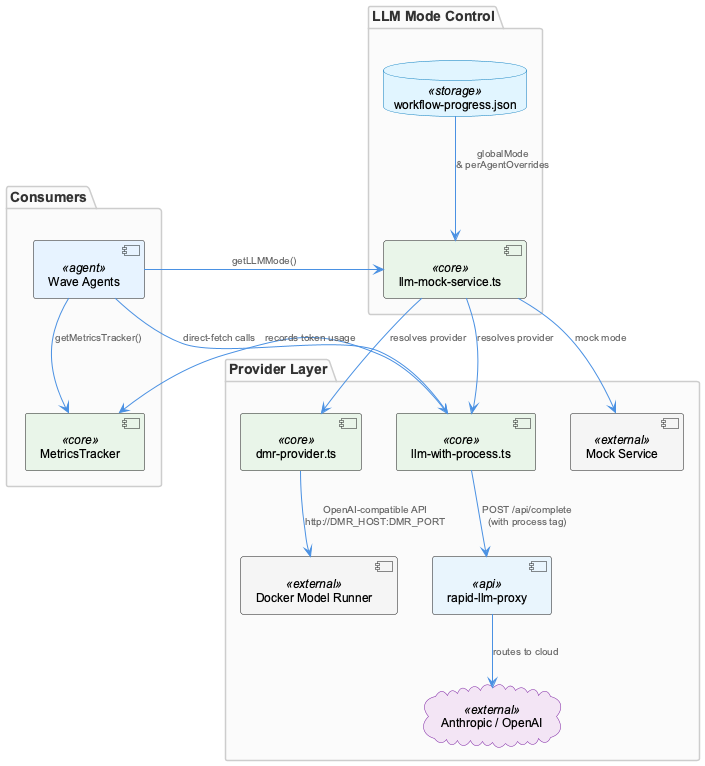
Before: knowledge-management/insights/images/llmabstraction-architecture.png, a diagram exported from PlantUML (fwornle/coding).
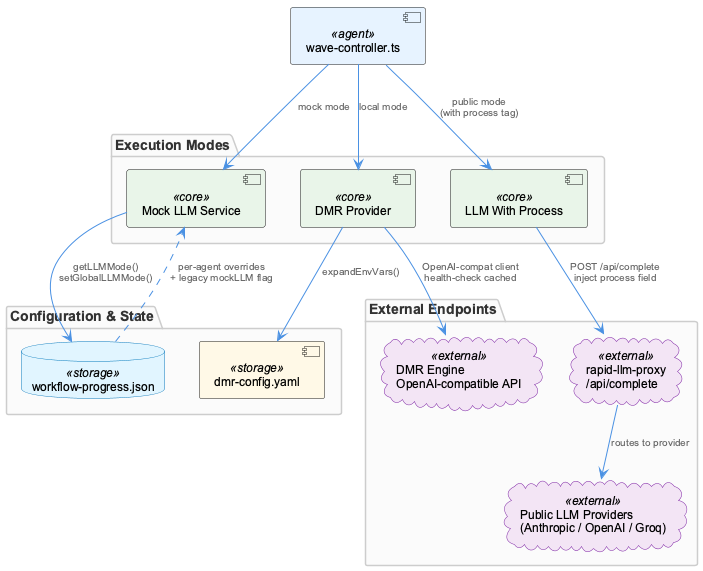
The same file after the commit.

What changed in the source:
```diff
@@ -1,37 +1,36 @@
 @startuml
 !include /Users/Q284340/Agentic/coding/docs/puml/_standard-style.puml
 
-package "LLM Mode Control" {
-  component "llm-mock-service.ts" as mockSvc <<core>>
-  database "workflow-progress.json" as wpJson <<storage>>
+package "Execution Modes" {
+  component "Mock LLM Service" as mock <<core>>
+  component "DMR Provider" as dmr <<core>>
+  component "LLM With Process" as lwp <<core>>
 }
 
-package "Provider Layer" {
-  component "dmr-provider.ts" as dmrProv <<core>>
-  component "llm-with-process.ts" as llmProc <<core>>
-  cloud "Anthropic / OpenAI" as publicCloud <<external>>
-  component "Docker Model Runner" as dmr <<external>>
-  component "rapid-llm-proxy" as proxy <<api>>
-  component "Mock Service" as mock <<external>>
+package "Configuration & State" {
+  database "workflow-progress.json" as wpj <<storage>>
+  component "dmr-config.yaml" as dmrcfg <<storage>>
 }
 
-package "Consumers" {
-  component "Wave Agents" as agents <<agent>>
-  component "MetricsTracker" as metrics <<core>>
+package "External Endpoints" {
+  cloud "rapid-llm-proxy\n/api/complete" as proxy <<external>>
+  cloud "DMR Engine\nOpenAI-compatible API" as dmrengine <<external>>
+  cloud "Public LLM Providers\n(Anthropic / OpenAI / Groq)" as publlm <<external>>
 }
 
-wpJson --> mockSvc : "globalMode\n& perAgentOverrides"
-mockSvc --> llmProc : "resolves provider"
-mockSvc --> dmrProv : "resolves provider"
-mockSvc --> mock : "mock mode"
+component "wave-controller.ts" as wc <<agent>>
 
-llmProc --> proxy : "POST /api/complete\n(with process tag)"
-llmProc --> metrics : "records token usage"
-dmrProv --> dmr : "OpenAI-compatible API\nhttp://DMR_HOST:DMR_PORT"
-proxy --> publicCloud : "routes to cloud"
+wc --> mock : "mock mode"
+wc --> dmr : "local mode"
+wc --> lwp : "public mode\n(with process tag)"
 
-agents --> mockSvc : "getLLMMode()"
-agents --> llmProc : "direct-fetch calls"
-agents --> metrics : "getMetricsTracker()"
+mock --> wpj : "getLLMMode()\nsetGlobalLLMMode()"
+dmr --> dmrcfg : "expandEnvVars()"
+dmr --> dmrengine : "OpenAI-compat client\nhealth-check cached"
+
+lwp --> proxy : "POST /api/complete\ninject process field"
+proxy --> publlm : "routes to provider"
+
+wpj ..> mock : "per-agent overrides\n+ legacy mockLLM flag"
 
 @enduml
```
